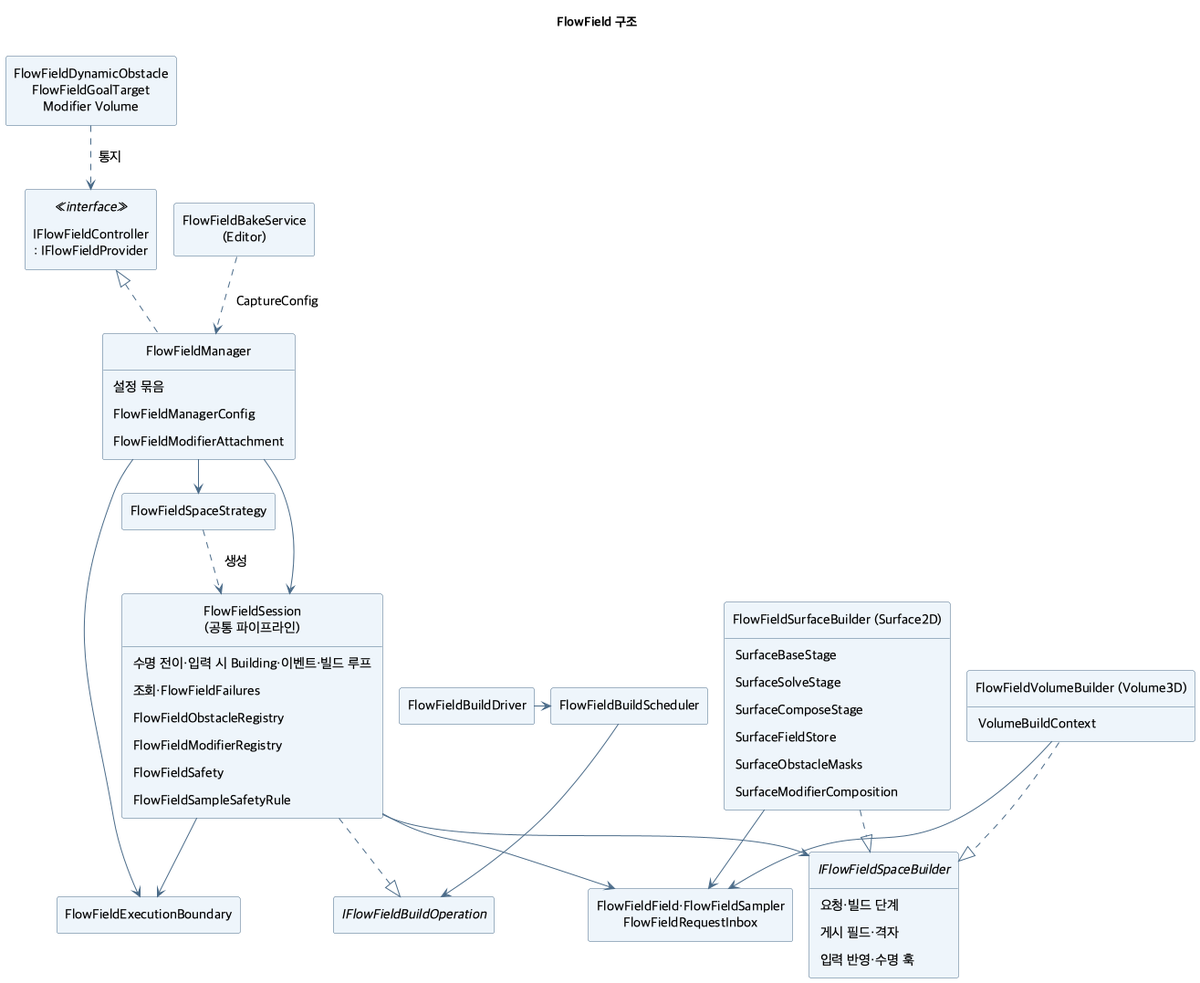
Above: ToyProject/Assets/_FlowField/Docs/Images/flowfield-structure.png in youwonsock/tool-unity-editor (PlantUML), before the change.
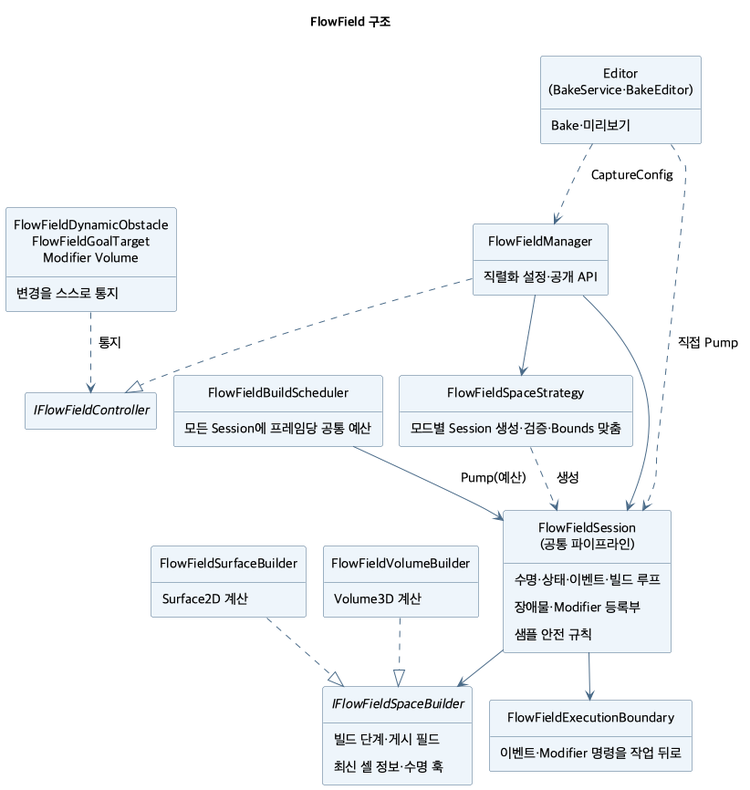
Above is the later version.

The edit, as a diff of the source:
```diff
@@ -11,60 +11,51 @@
 hide circle
 title FlowField 구조
 
-class "IFlowFieldController\n: IFlowFieldProvider" as API <<interface>>
+class "FlowFieldDynamicObstacle\nFlowFieldGoalTarget\nModifier Volume" as Components {
+  변경을 스스로 통지
+}
+interface "IFlowFieldController" as API
 class FlowFieldManager {
-  설정 묶음
-  FlowFieldManagerConfig
-  FlowFieldModifierAttachment
+  직렬화 설정·공개 API
 }
-class FlowFieldExecutionBoundary
-class FlowFieldBuildDriver
-class FlowFieldBuildScheduler
-interface IFlowFieldBuildOperation
-class FlowFieldSpaceStrategy
+class FlowFieldSpaceStrategy {
+  모드별 Session 생성·검증·Bounds 맞춤
+}
 class "FlowFieldSession\n(공통 파이프라인)" as Session {
-  수명 전이·입력 시 Building·이벤트·빌드 루프
-  조회·FlowFieldFailures
-  FlowFieldObstacleRegistry
-  FlowFieldModifierRegistry
-  FlowFieldSafety
-  FlowFieldSampleSafetyRule
+  수명·상태·이벤트·빌드 루프
+  장애물·Modifier 등록부
+  샘플 안전 규칙
 }
 interface IFlowFieldSpaceBuilder {
-  요청·빌드 단계
-  게시 필드·격자
-  입력 반영·수명 훅
+  빌드 단계·게시 필드
+  최신 셀 정보·수명 훅
 }
-class "FlowFieldSurfaceBuilder (Surface2D)" as Surface {
-  SurfaceBaseStage
-  SurfaceSolveStage
-  SurfaceComposeStage
-  SurfaceFieldStore
-  SurfaceObstacleMasks
-  SurfaceModifierComposition
+class FlowFieldSurfaceBuilder {
+  Surface2D 계산
 }
-class "FlowFieldVolumeBuilder (Volume3D)" as Volume {
-  VolumeBuildContext
+class FlowFieldVolumeBuilder {
+  Volume3D 계산
 }
-class "FlowFieldField·FlowFieldSampler\nFlowFieldRequestInbox" as Shared
-class "FlowFieldBakeService\n(Editor)" as BakeService
-class "FlowFieldDynamicObstacle\nFlowFieldGoalTarget\nModifier Volume" as Components
+class FlowFieldBuildScheduler {
+  모든 Session에 프레임당 공통 예산
+}
+class FlowFieldExecutionBoundary {
+  이벤트·Modifier 명령을 작업 뒤로
+}
+class "Editor\n(BakeService·BakeEditor)" as Editor {
+  Bake·미리보기
+}
 
-FlowFieldManager .up.|> API
-FlowFieldManager --> Session
+Components ..> API : 통지
+FlowFieldManager ..|> API
 FlowFieldManager --> FlowFieldSpaceStrategy
 FlowFieldSpaceStrategy ..> Session : 생성
-BakeService ..> FlowFieldManager : CaptureConfig
-FlowFieldManager --> FlowFieldExecutionBoundary
-Components ..> API : 통지
+FlowFieldManager --> Session
 Session --> IFlowFieldSpaceBuilder
-Surface ..|> IFlowFieldSpaceBuilder
-Volume ..|> IFlowFieldSpaceBuilder
-Surface --> Shared
-Volume --> Shared
+FlowFieldSurfaceBuilder ..|> IFlowFieldSpaceBuilder
+FlowFieldVolumeBuilder ..|> IFlowFieldSpaceBuilder
+FlowFieldBuildScheduler --> Session : Pump(예산)
 Session --> FlowFieldExecutionBoundary
-Session --> Shared
-Session ..|> IFlowFieldBuildOperation
-FlowFieldBuildScheduler --> IFlowFieldBuildOperation
-FlowFieldBuildDriver -right-> FlowFieldBuildScheduler
+Editor ..> FlowFieldManager : CaptureConfig
+Editor ..> Session : 직접 Pump
 @enduml
```
